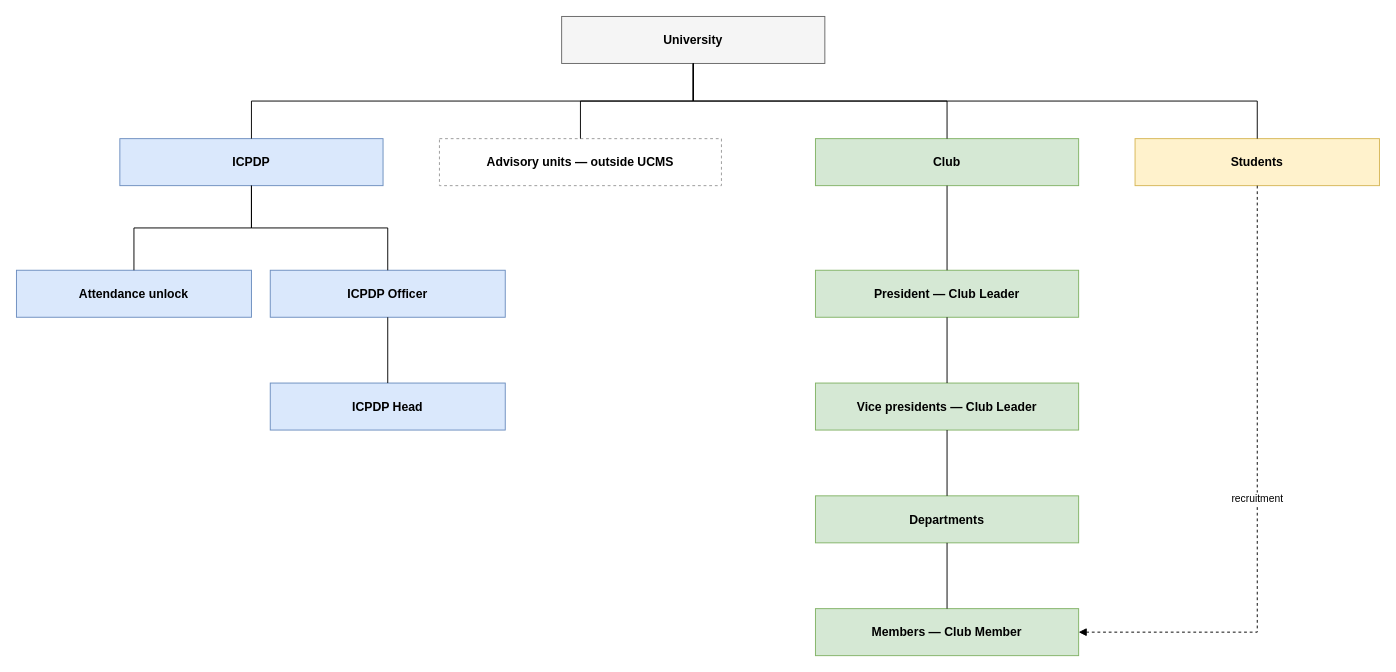
The draw.io diagram page "Organization structure" (1 of 2) of docs/03-diagrams/UCMS_Organization_and_Flows.drawio in nvdekay/ClubManagementSystem, before the edit. Source tidied: cells renumbered, new cells numbered last; positions are measured from the earlier drawing's top-left corner, leaving out a move shared by most shapes. Both pictures are drawn from the tidied source at 94%, with x=0, y=0 at pixel (16, 16).
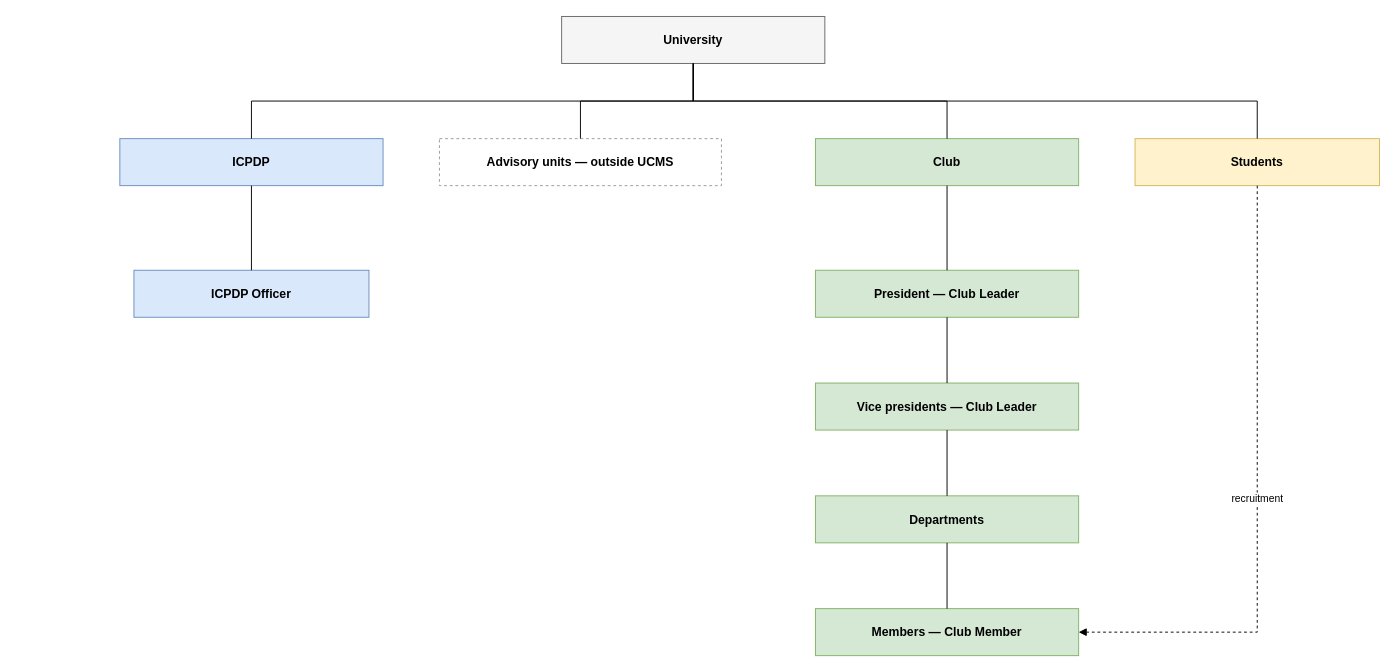
Above is the later version.

Commit message (it also covers changes not shown here):
docs(diagrams): show ICPDP Officer as the only ICPDP role in the organization chart

The change refers to these unchanged cells:
```xml
<mxCell id="3" value="&lt;b&gt;ICPDP&lt;/b&gt;" style="rounded=0;whiteSpace=wrap;html=1;fillColor=#dae8fc;strokeColor=#6c8ebf;fontSize=13;" parent="1" vertex="1">
  <mxGeometry x="110" y="130" width="280" height="50" as="geometry" />
</mxCell>
```

The edit, as a diff of the source:
```diff
@@
-    <mxCell id="7" value="&lt;b&gt;Attendance unlock&lt;/b&gt;" style="rounded=0;whiteSpace=wrap;html=1;fillColor=#dae8fc;strokeColor=#6c8ebf;fontSize=13;" parent="1" vertex="1">
-      <mxGeometry y="270" width="250" height="50" as="geometry" />
-    </mxCell>
     <mxCell id="8" value="&lt;b&gt;ICPDP Officer&lt;/b&gt;" style="rounded=0;whiteSpace=wrap;html=1;fillColor=#dae8fc;strokeColor=#6c8ebf;fontSize=13;" parent="1" vertex="1">
-      <mxGeometry x="270" y="270" width="250" height="50" as="geometry" />
+      <mxGeometry x="125" y="270" width="250" height="50" as="geometry" />
     </mxCell>
@@
-    <mxCell id="17" style="endArrow=block;endFill=1;html=1;rounded=0;fontSize=11;labelBackgroundColor=#ffffff;endArrow=none;edgeStyle=orthogonalEdgeStyle;exitX=0.5;exitY=1;entryX=0.5;entryY=0;" parent="1" edge="1" source="3" target="7">
-      <mxGeometry relative="1" as="geometry" />
-    </mxCell>
@@
-    <mxCell id="24" value="&lt;b&gt;ICPDP Head&lt;/b&gt;" style="rounded=0;whiteSpace=wrap;html=1;fillColor=#dae8fc;strokeColor=#6c8ebf;fontSize=13;" parent="1" vertex="1">
-      <mxGeometry x="270" y="390" width="250" height="50" as="geometry" />
-    </mxCell>
-    <mxCell id="25" style="html=1;rounded=0;fontSize=11;endArrow=none;exitX=0.5;exitY=1;entryX=0.5;entryY=0;" parent="1" edge="1" source="8" target="24">
-      <mxGeometry relative="1" as="geometry" />
-    </mxCell>
```
